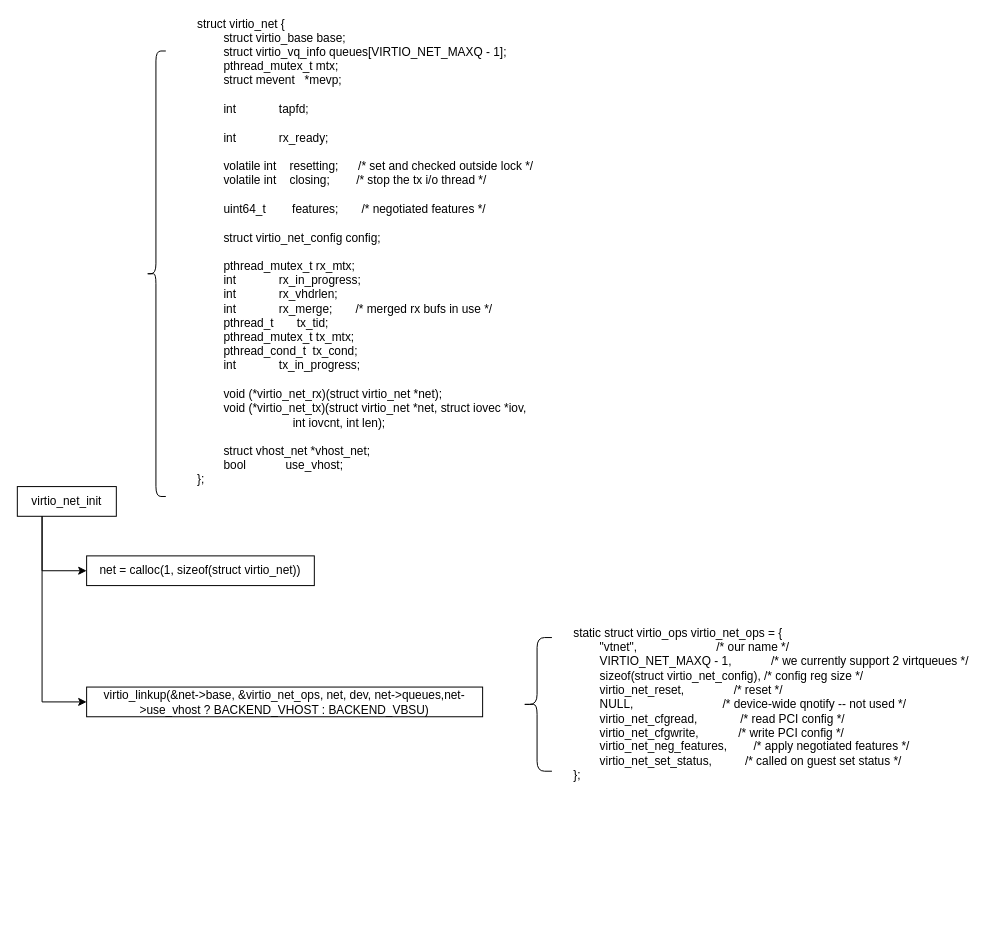
JannaiWu/Drawio keeps this draw.io diagram as virtio_net_backend.drawio. Above is the earlier version. Source tidied: cells renumbered, new cells numbered last; positions are measured from the earlier drawing's top-left corner, leaving out a move shared by most shapes. Both pictures are drawn from the tidied source at 99%, with x=0, y=0 at pixel (17, 21).
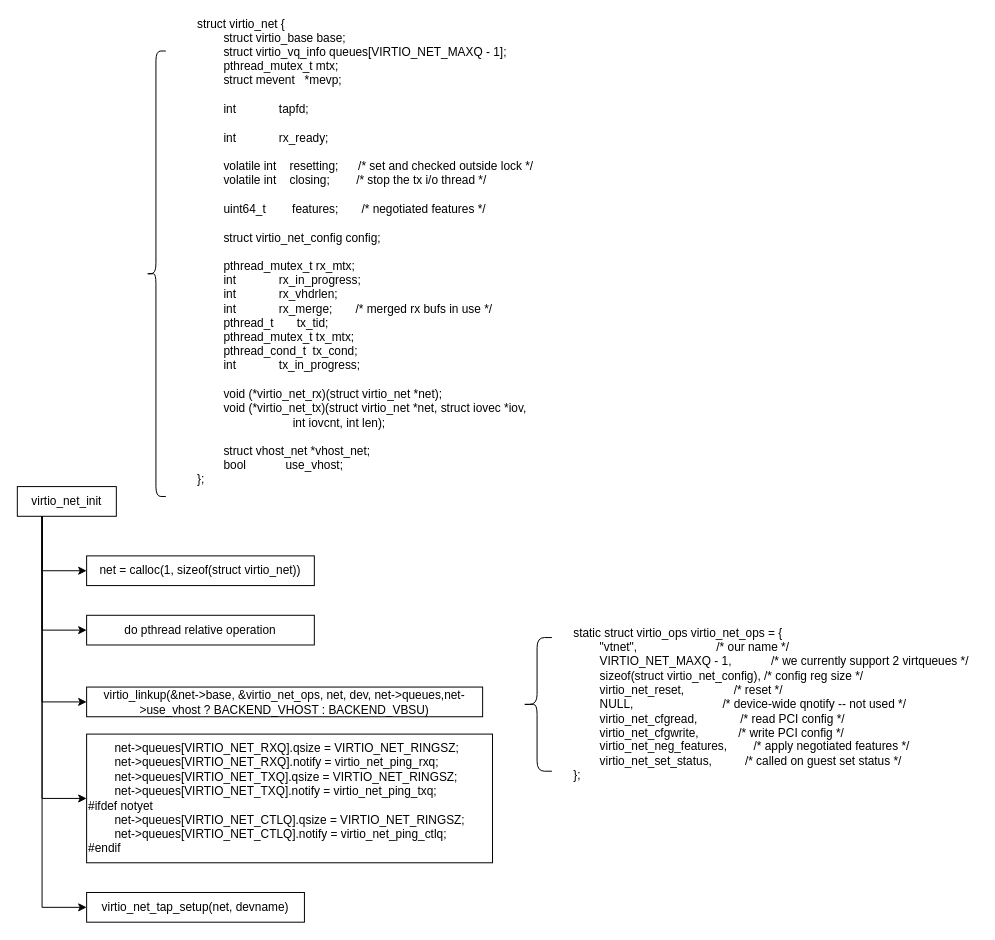
Above is the later version.

The change refers to these unchanged cells:
```xml
<mxCell id="2" value="virtio_net_init" style="rounded=0;whiteSpace=wrap;html=1;" parent="1" vertex="1">
  <mxGeometry y="470" width="100" height="30" as="geometry" />
</mxCell>
```

What changed in the source:
```diff
@@
+    <mxCell id="11" value="do pthread relative operation" style="whiteSpace=wrap;html=1;" parent="1" vertex="1">
+      <mxGeometry x="70" y="600" width="230" height="30" as="geometry" />
+    </mxCell>
+    <mxCell id="12" style="endArrow=classic;html=1;rounded=0;entryX=0;entryY=0.5;entryDx=0;entryDy=0;exitX=0.25;exitY=1;exitDx=0;exitDy=0;" parent="1" edge="1" source="2" target="11">
+      <mxGeometry relative="1" as="geometry">
+        <Array as="points">
+          <mxPoint x="25" y="615" />
+        </Array>
+      </mxGeometry>
+    </mxCell>
+    <mxCell id="13" value="&lt;div&gt;&amp;nbsp; &amp;nbsp; &amp;nbsp; &amp;nbsp; net-&amp;gt;queues[VIRTIO_NET_RXQ].qsize = VIRTIO_NET_RINGSZ;&lt;/div&gt;&lt;div&gt;&amp;nbsp; &amp;nbsp; &amp;nbsp; &amp;nbsp; net-&amp;gt;queues[VIRTIO_NET_RXQ].notify = virtio_net_ping_rxq;&lt;/div&gt;&lt;div&gt;&amp;nbsp; &amp;nbsp; &amp;nbsp; &amp;nbsp; net-&amp;gt;queues[VIRTIO_NET_TXQ].qsize = VIRTIO_NET_RINGSZ;&lt;/div&gt;&lt;div&gt;&amp;nbsp; &amp;nbsp; &amp;nbsp; &amp;nbsp; net-&amp;gt;queues[VIRTIO_NET_TXQ].notify = virtio_net_ping_txq;&lt;/div&gt;&lt;div&gt;#ifdef notyet&lt;/div&gt;&lt;div&gt;&amp;nbsp; &amp;nbsp; &amp;nbsp; &amp;nbsp; net-&amp;gt;queues[VIRTIO_NET_CTLQ].qsize = VIRTIO_NET_RINGSZ;&lt;/div&gt;&lt;div&gt;&amp;nbsp; &amp;nbsp; &amp;nbsp; &amp;nbsp; net-&amp;gt;queues[VIRTIO_NET_CTLQ].notify = virtio_net_ping_ctlq;&lt;/div&gt;&lt;div&gt;#endif&lt;/div&gt;" style="whiteSpace=wrap;html=1;align=left;" parent="1" vertex="1">
+      <mxGeometry x="70" y="720" width="410" height="130" as="geometry" />
+    </mxCell>
+    <mxCell id="14" style="endArrow=classic;html=1;rounded=0;entryX=0;entryY=0.5;entryDx=0;entryDy=0;exitX=0.25;exitY=1;exitDx=0;exitDy=0;" parent="1" edge="1" source="2" target="13">
+      <mxGeometry relative="1" as="geometry">
+        <Array as="points">
+          <mxPoint x="25" y="785" />
+        </Array>
+      </mxGeometry>
+    </mxCell>
+    <mxCell id="15" value="virtio_net_tap_setup(net, devname)" style="whiteSpace=wrap;html=1;" parent="1" vertex="1">
+      <mxGeometry x="70" y="880" width="220" height="30" as="geometry" />
+    </mxCell>
+    <mxCell id="16" style="endArrow=classic;html=1;rounded=0;entryX=0;entryY=0.5;entryDx=0;entryDy=0;exitX=0.25;exitY=1;exitDx=0;exitDy=0;" parent="1" edge="1" source="2" target="15">
+      <mxGeometry relative="1" as="geometry">
+        <Array as="points">
+          <mxPoint x="25" y="895" />
+        </Array>
+      </mxGeometry>
+    </mxCell>
```
